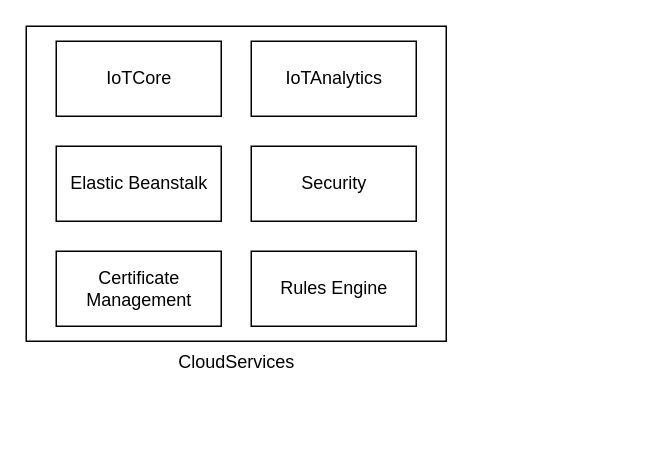
This is page "CloudServicesModules" (5 of 5) of notes/ArchitecturalDiagrams.drawio from aniruddhand/ciot-capstone, a draw.io file, before an edit. Source tidied: cells renumbered, new cells numbered last; positions are measured from the earlier drawing's top-left corner, leaving out a move shared by most shapes. Both pictures are drawn from the tidied source at 150%, with x=0, y=0 at pixel (26, 26).
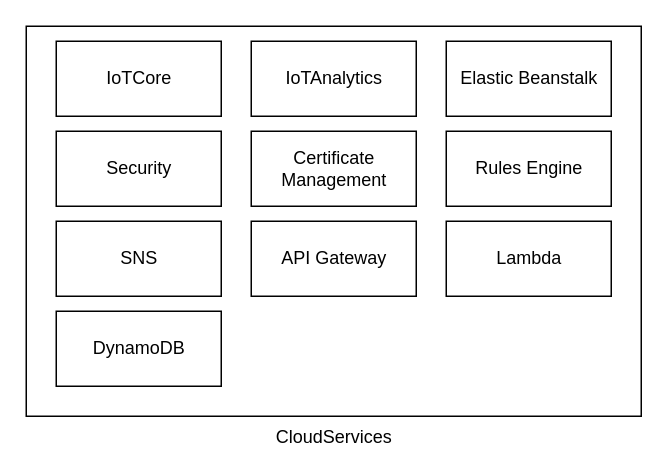
After the change.

What changed in the source:
```diff
@@
 <mxGraphModel>
   <root>
     <mxCell id="0" />
     <mxCell id="1" parent="0" />
     <mxCell id="2" value="CloudServices" style="html=1;labelPosition=center;verticalLabelPosition=bottom;align=center;verticalAlign=top;" parent="1" vertex="1">
-      <mxGeometry width="280" height="210" as="geometry" />
+      <mxGeometry width="410" height="260" as="geometry" />
     </mxCell>
     <mxCell id="3" value="IoTCore" style="html=1;" parent="1" vertex="1">
       <mxGeometry x="20" y="10" width="110" height="50" as="geometry" />
     </mxCell>
     <mxCell id="4" value="IoTAnalytics" style="html=1;" parent="1" vertex="1">
       <mxGeometry x="150" y="10" width="110" height="50" as="geometry" />
     </mxCell>
     <mxCell id="5" value="Elastic Beanstalk" style="html=1;" parent="1" vertex="1">
-      <mxGeometry x="20" y="80" width="110" height="50" as="geometry" />
+      <mxGeometry x="280" y="10" width="110" height="50" as="geometry" />
     </mxCell>
     <mxCell id="6" value="Security" style="html=1;" parent="1" vertex="1">
-      <mxGeometry x="150" y="80" width="110" height="50" as="geometry" />
+      <mxGeometry x="20" y="70" width="110" height="50" as="geometry" />
     </mxCell>
     <mxCell id="7" value="&lt;div&gt;Certificate &lt;br&gt;&lt;/div&gt;&lt;div&gt;Management&lt;/div&gt;" style="html=1;" parent="1" vertex="1">
-      <mxGeometry x="20" y="150" width="110" height="50" as="geometry" />
+      <mxGeometry x="150" y="70" width="110" height="50" as="geometry" />
     </mxCell>
     <mxCell id="8" value="Rules Engine" style="html=1;" parent="1" vertex="1">
-      <mxGeometry x="150" y="150" width="110" height="50" as="geometry" />
+      <mxGeometry x="280" y="70" width="110" height="50" as="geometry" />
     </mxCell>
+    <mxCell id="9" value="SNS" style="html=1;" parent="1" vertex="1">
+      <mxGeometry x="20" y="130" width="110" height="50" as="geometry" />
+    </mxCell>
+    <mxCell id="10" value="API Gateway" style="html=1;" parent="1" vertex="1">
+      <mxGeometry x="150" y="130" width="110" height="50" as="geometry" />
+    </mxCell>
+    <mxCell id="11" value="Lambda" style="html=1;" parent="1" vertex="1">
+      <mxGeometry x="280" y="130" width="110" height="50" as="geometry" />
+    </mxCell>
+    <mxCell id="12" value="DynamoDB" style="html=1;" parent="1" vertex="1">
+      <mxGeometry x="20" y="190" width="110" height="50" as="geometry" />
+    </mxCell>
   </root>
 </mxGraphModel>
```
